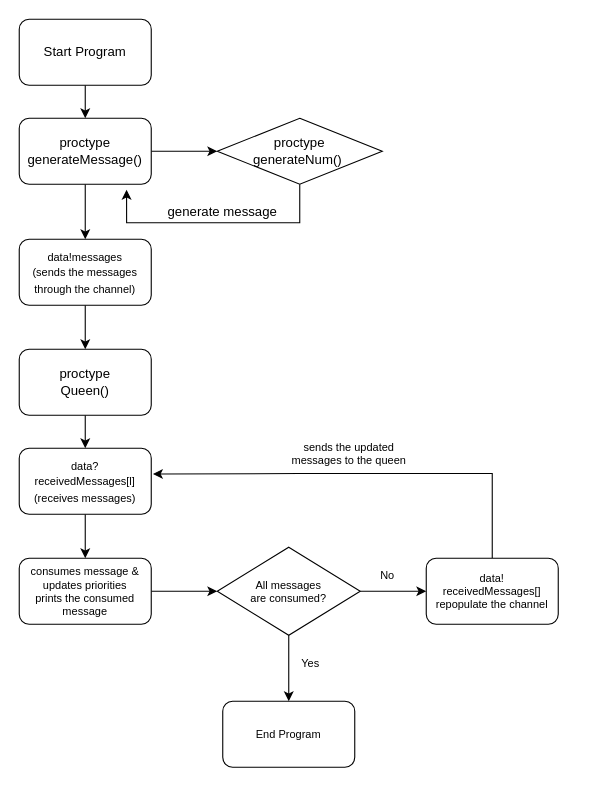
Earlier version of the draw.io diagram src/docs/diagram.drawio (zpetrov-esu/OS). Source tidied: cells renumbered, new cells numbered last; positions are measured from the earlier drawing's top-left corner, leaving out a move shared by most shapes. Both pictures are drawn from the tidied source at 110%, with x=0, y=0 at pixel (19, 19).
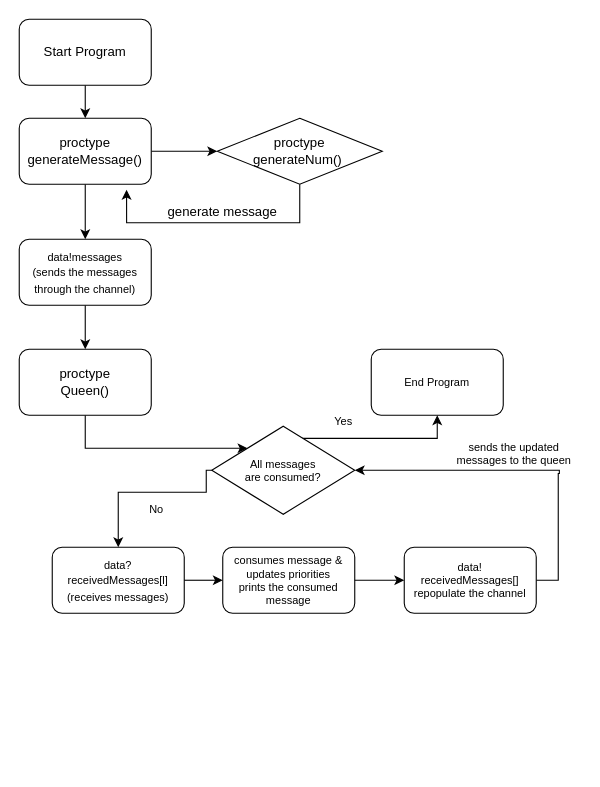
The same diagram, later.

Commit message (it also covers changes not shown here):
Created PowerPoint, changed flow chart to better reflect code, added new flow chart to document and added description of how to run the program

Unchanged cells that the change refers to:
```xml
<mxCell id="12" value="proctype &lt;br&gt;Queen()" style="rounded=1;whiteSpace=wrap;html=1;" parent="1" vertex="1">
  <mxGeometry y="300" width="120" height="60" as="geometry" />
</mxCell>
```

Change to the diagram source:
```diff
@@
-    <mxCell id="11" style="edgeStyle=orthogonalEdgeStyle;rounded=0;jettySize=auto;html=1;fontSize=10;" parent="1" edge="1" source="12" target="15">
-      <mxGeometry relative="1" as="geometry" />
+    <mxCell id="11" style="edgeStyle=orthogonalEdgeStyle;rounded=0;jettySize=auto;html=1;fontSize=10;" parent="1" edge="1" source="12" target="24">
+      <mxGeometry relative="1" as="geometry">
+        <Array as="points">
+          <mxPoint x="60" y="390" />
+        </Array>
+      </mxGeometry>
     </mxCell>
@@
-    <mxCell id="14" style="edgeStyle=orthogonalEdgeStyle;rounded=0;jettySize=auto;html=1;fontSize=10;" parent="1" edge="1" source="15" target="17">
-      <mxGeometry relative="1" as="geometry" />
-    </mxCell>
     <mxCell id="15" value="&lt;font style=&quot;font-size: 10px&quot;&gt;data?&lt;br&gt;receivedMessages[l]&lt;br&gt;(receives messages)&lt;br&gt;&lt;/font&gt;" style="rounded=1;whiteSpace=wrap;html=1;" parent="1" vertex="1">
-      <mxGeometry y="390" width="120" height="60" as="geometry" />
+      <mxGeometry x="30" y="480" width="120" height="60" as="geometry" />
     </mxCell>
-    <mxCell id="16" style="edgeStyle=orthogonalEdgeStyle;rounded=0;jettySize=auto;html=1;fontSize=10;" parent="1" edge="1" source="17" target="24">
-      <mxGeometry relative="1" as="geometry" />
-    </mxCell>
     <mxCell id="17" value="consumes message &amp;amp; updates priorities&lt;br&gt;prints the consumed message" style="rounded=1;whiteSpace=wrap;html=1;fontSize=10;" parent="1" vertex="1">
-      <mxGeometry y="490" width="120" height="60" as="geometry" />
+      <mxGeometry x="185" y="480" width="120" height="60" as="geometry" />
     </mxCell>
-    <mxCell id="18" style="edgeStyle=orthogonalEdgeStyle;rounded=0;jettySize=auto;html=1;fontSize=10;entryX=1.013;entryY=0.39;entryDx=0;entryDy=0;entryPerimeter=0;" parent="1" edge="1" source="19" target="15">
+    <mxCell id="18" style="edgeStyle=orthogonalEdgeStyle;rounded=0;jettySize=auto;html=1;fontSize=10;entryX=1;entryY=0.5;entryDx=0;entryDy=0;" parent="1" edge="1" source="19" target="24">
       <mxGeometry relative="1" as="geometry">
         <Array as="points">
-          <mxPoint x="255" y="413" />
-          <mxPoint x="250" y="413" />
+          <mxPoint x="490" y="413" />
+          <mxPoint x="491" y="413" />
+          <mxPoint x="491" y="410" />
         </Array>
       </mxGeometry>
     </mxCell>
     <mxCell id="19" value="data!&lt;br&gt;receivedMessages[]&lt;br&gt;repopulate the channel" style="rounded=1;whiteSpace=wrap;html=1;fontSize=10;" parent="1" vertex="1">
-      <mxGeometry x="370" y="490" width="120" height="60" as="geometry" />
+      <mxGeometry x="350" y="480" width="120" height="60" as="geometry" />
     </mxCell>
     <mxCell id="20" value="sends the updated messages to the queen&lt;br&gt;" style="text;html=1;strokeColor=none;fillColor=none;align=center;verticalAlign=middle;whiteSpace=wrap;rounded=0;fontSize=10;" parent="1" vertex="1">
-      <mxGeometry x="240" y="380" width="120" height="30" as="geometry" />
+      <mxGeometry x="390" y="380" width="120" height="30" as="geometry" />
     </mxCell>
     <mxCell id="21" value="End Program" style="rounded=1;whiteSpace=wrap;html=1;fontSize=10;" parent="1" vertex="1">
-      <mxGeometry x="185" y="620" width="120" height="60" as="geometry" />
+      <mxGeometry x="320" y="300" width="120" height="60" as="geometry" />
     </mxCell>
-    <mxCell id="22" style="edgeStyle=orthogonalEdgeStyle;rounded=0;jettySize=auto;html=1;fontSize=10;" parent="1" edge="1" source="24" target="19">
+    <mxCell id="22" style="edgeStyle=orthogonalEdgeStyle;rounded=0;jettySize=auto;html=1;fontSize=10;exitX=1;exitY=0.5;exitDx=0;exitDy=0;" parent="1" edge="1" source="17" target="19">
       <mxGeometry relative="1" as="geometry" />
     </mxCell>
-    <mxCell id="23" style="edgeStyle=orthogonalEdgeStyle;rounded=0;jettySize=auto;html=1;fontSize=10;" parent="1" edge="1" source="24" target="21">
+    <mxCell id="23" style="edgeStyle=orthogonalEdgeStyle;rounded=0;jettySize=auto;html=1;fontSize=10;exitX=0.615;exitY=0.138;exitDx=0;exitDy=0;exitPerimeter=0;" parent="1" edge="1" source="24" target="21">
       <mxGeometry relative="1" as="geometry" />
     </mxCell>
-    <mxCell id="24" value="All messages &lt;br&gt;are consumed?" style="rhombus;whiteSpace=wrap;html=1;fontSize=10;" parent="1" vertex="1">
-      <mxGeometry x="180" y="480" width="130" height="80" as="geometry" />
-    </mxCell>
     <mxCell id="25" value="Yes" style="text;html=1;strokeColor=none;fillColor=none;align=center;verticalAlign=middle;whiteSpace=wrap;rounded=0;fontSize=10;" parent="1" vertex="1">
-      <mxGeometry x="240" y="570" width="50" height="30" as="geometry" />
+      <mxGeometry x="270" y="350" width="50" height="30" as="geometry" />
     </mxCell>
     <mxCell id="26" value="No" style="text;html=1;strokeColor=none;fillColor=none;align=center;verticalAlign=middle;whiteSpace=wrap;rounded=0;fontSize=10;" parent="1" vertex="1">
-      <mxGeometry x="310" y="490" width="50" height="30" as="geometry" />
+      <mxGeometry x="100" y="430" width="50" height="30" as="geometry" />
     </mxCell>
+    <mxCell id="24" value="All messages &lt;br&gt;are consumed?" style="rhombus;whiteSpace=wrap;html=1;fontSize=10;" parent="1" vertex="1">
+      <mxGeometry x="175" y="370" width="130" height="80" as="geometry" />
+    </mxCell>
+    <mxCell id="27" style="edgeStyle=orthogonalEdgeStyle;rounded=0;jettySize=auto;html=1;fontSize=10;entryX=0.5;entryY=0;entryDx=0;entryDy=0;exitX=0;exitY=0.5;exitDx=0;exitDy=0;" parent="1" edge="1" source="24" target="15">
+      <mxGeometry relative="1" as="geometry">
+        <Array as="points">
+          <mxPoint x="170" y="410" />
+          <mxPoint x="170" y="430" />
+          <mxPoint x="90" y="430" />
+        </Array>
+      </mxGeometry>
+    </mxCell>
+    <mxCell id="14" style="edgeStyle=orthogonalEdgeStyle;rounded=0;jettySize=auto;html=1;fontSize=10;exitX=1;exitY=0.5;exitDx=0;exitDy=0;entryX=0;entryY=0.5;entryDx=0;entryDy=0;" parent="1" edge="1" source="15" target="17">
+      <mxGeometry relative="1" as="geometry" />
+    </mxCell>
```
